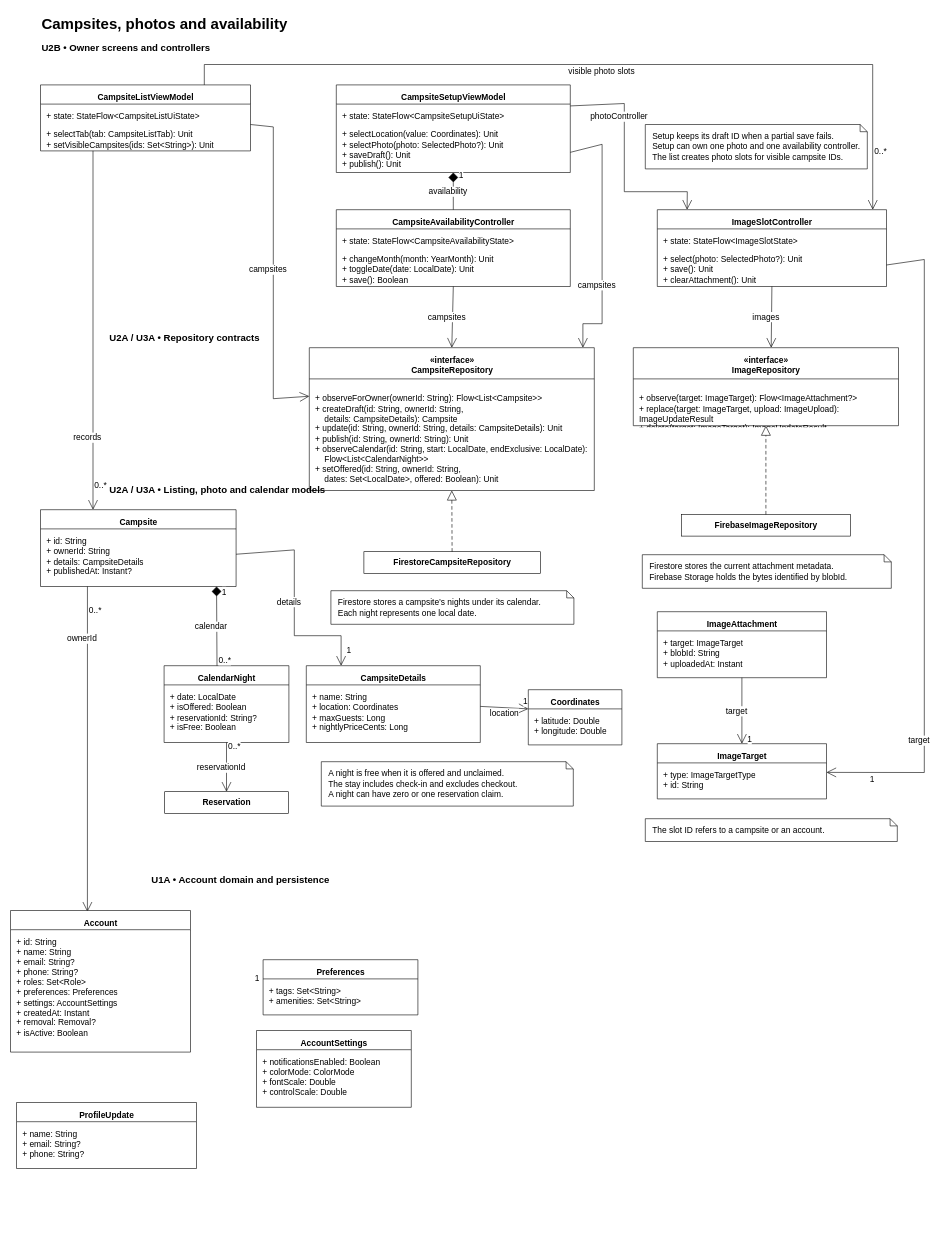
CMPUT301F26stderr/stderr-campsbridge keeps this draw.io diagram as page "UML_Diagram" (4 of 5) of doc/UML.drawio. Above is the earlier version. Source tidied: cells renumbered, new cells numbered last; positions are measured from the earlier drawing's top-left corner, leaving out a move shared by most shapes. Both pictures are drawn from the tidied source at 60%, with x=0, y=0 at pixel (10, 10).
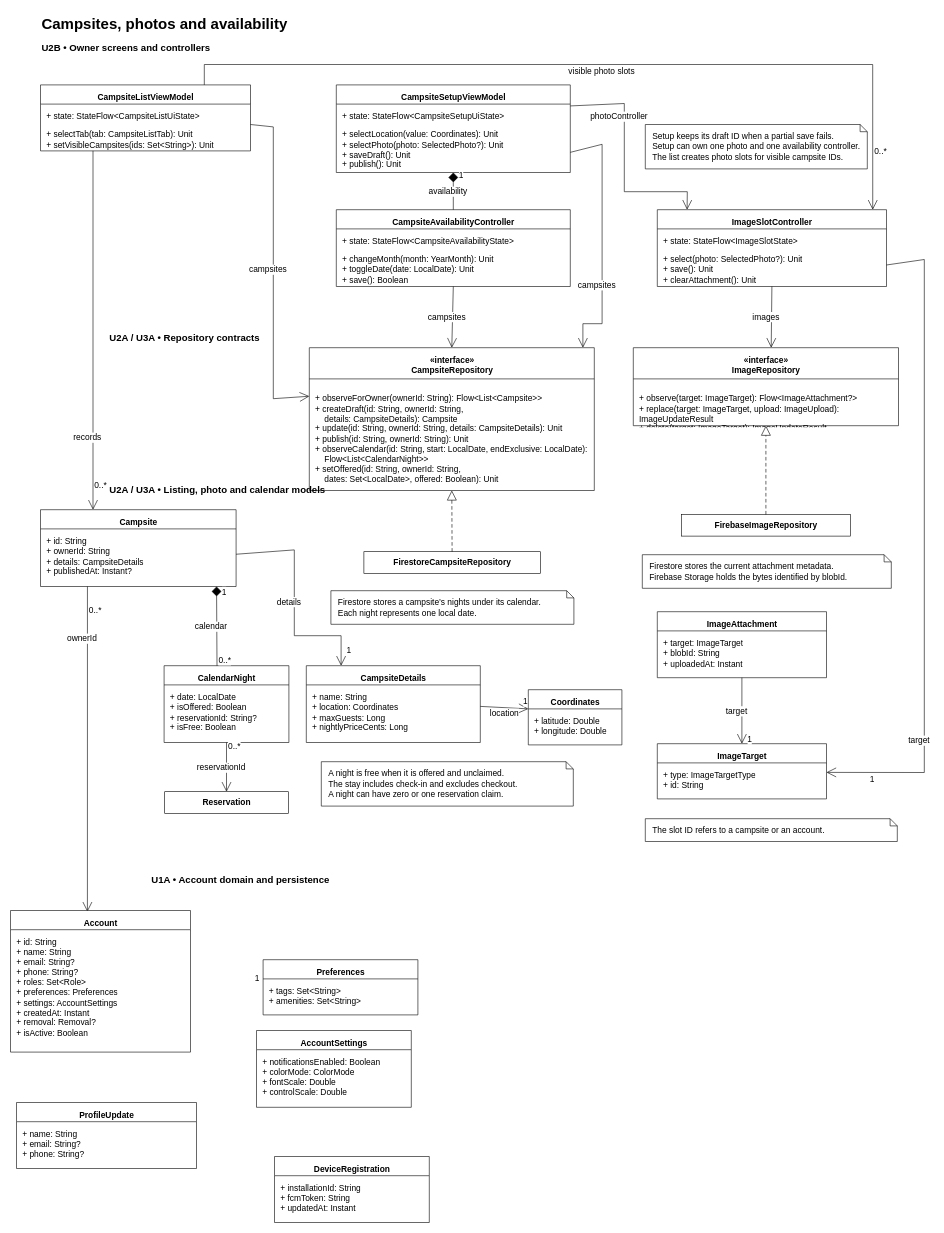
After the change.

Diff of the diagram source:
```diff
@@
+    <mxCell id="111" value="&lt;b&gt;DeviceRegistration&lt;/b&gt;" style="swimlane;html=1;rounded=0;fillColor=#ffffff;strokeColor=#000000;strokeWidth=1;fontColor=#000000;fontFamily=Arial;fontSize=14;startSize=32;horizontal=1;swimlaneFillColor=#ffffff;align=center;verticalAlign=top;spacingTop=6;" parent="1" vertex="1">
+      <mxGeometry x="440" y="1910" width="258" height="110" as="geometry" />
+    </mxCell>
+    <mxCell id="112" value="+ installationId: String&lt;br&gt;+ fcmToken: String&lt;br&gt;+ updatedAt: Instant" style="text;html=1;strokeColor=none;fillColor=none;fontColor=#000000;fontFamily=Arial;fontSize=14;align=left;verticalAlign=top;spacingLeft=8;spacingTop=6;whiteSpace=wrap;overflow=hidden;" parent="111" vertex="1">
+      <mxGeometry y="32" width="258" height="66" as="geometry" />
+    </mxCell>
+    <mxCell id="113" style="shape=line;html=1;strokeColor=#000000;strokeWidth=1;" parent="111" vertex="1">
+      <mxGeometry y="98" width="258" as="geometry" />
+    </mxCell>
```
